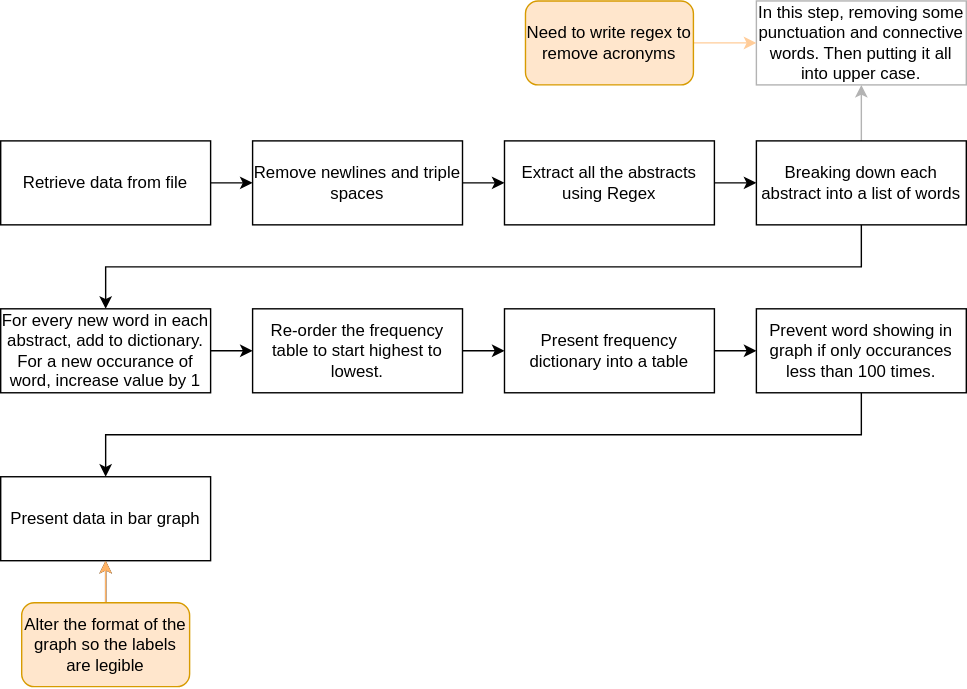
Earlier version of the draw.io export Flow-chart.svg (Vezsp/Dissertation_code). Source tidied: cells renumbered, new cells last; positions are measured from the earlier drawing's top-left corner, leaving out a move shared by most shapes.
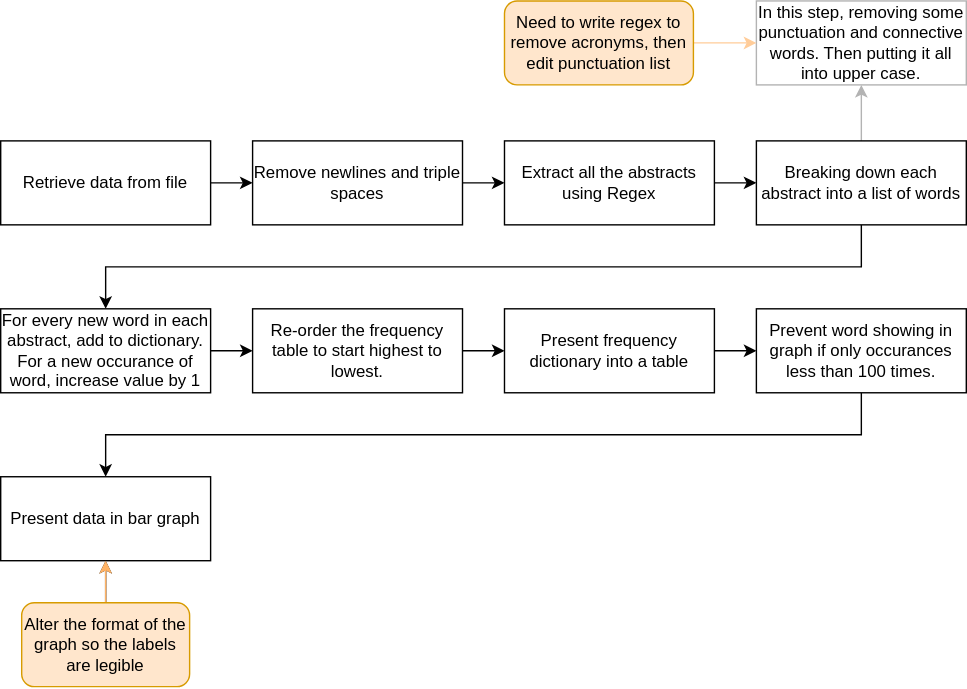
The same file after the commit.

Commit message:
updating flowchart to include punc edit

What changed in the source:
```diff
@@ -67,8 +67,8 @@
     <mxCell id="21" style="edgeStyle=orthogonalEdgeStyle;rounded=0;jettySize=auto;html=1;strokeColor=#FFCC99;" parent="1" edge="1" source="22" target="19">
       <mxGeometry relative="1" as="geometry" />
     </mxCell>
-    <mxCell id="22" value="Need to write regex to remove acronyms" style="rounded=1;whiteSpace=wrap;html=1;fillColor=#ffe6cc;strokeColor=#d79b00;" parent="1" vertex="1">
-      <mxGeometry x="375" width="120" height="60" as="geometry" />
+    <mxCell id="22" value="Need to write regex to remove acronyms, then edit punctuation list" style="rounded=1;whiteSpace=wrap;html=1;fillColor=#ffe6cc;strokeColor=#d79b00;" parent="1" vertex="1">
+      <mxGeometry x="360" width="135" height="60" as="geometry" />
     </mxCell>
     <mxCell id="23" style="edgeStyle=orthogonalEdgeStyle;rounded=0;jettySize=auto;html=1;" parent="1" edge="1" source="25" target="20">
       <mxGeometry relative="1" as="geometry" />
```
